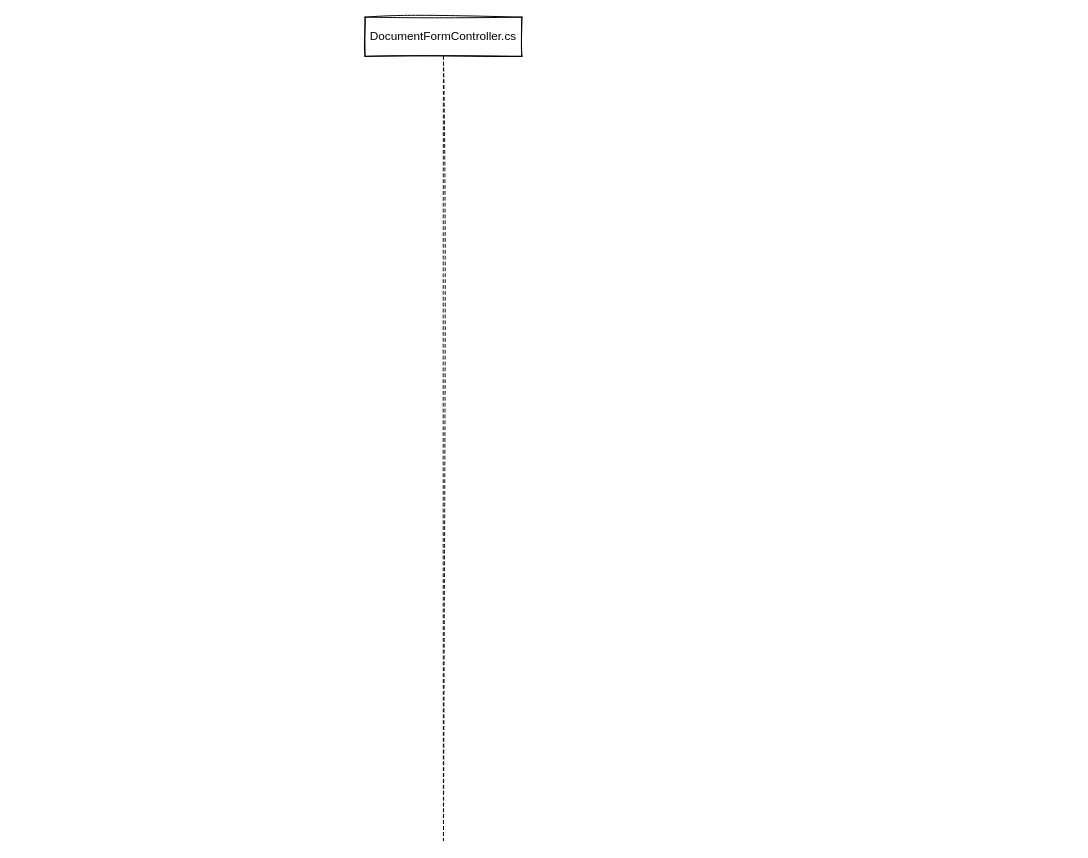
Above: portal/App_Code/CS_Code/Controllers/DocumentFormController.cs/GenerateReport().drawio in davyd0ff/so-line-grls (draw.io), before the change. Source tidied: cells renumbered, new cells numbered last; positions are measured from the earlier drawing's top-left corner, leaving out a move shared by most shapes. Both pictures are drawn from the tidied source at 98%, with x=0, y=0 at pixel (365, 17).
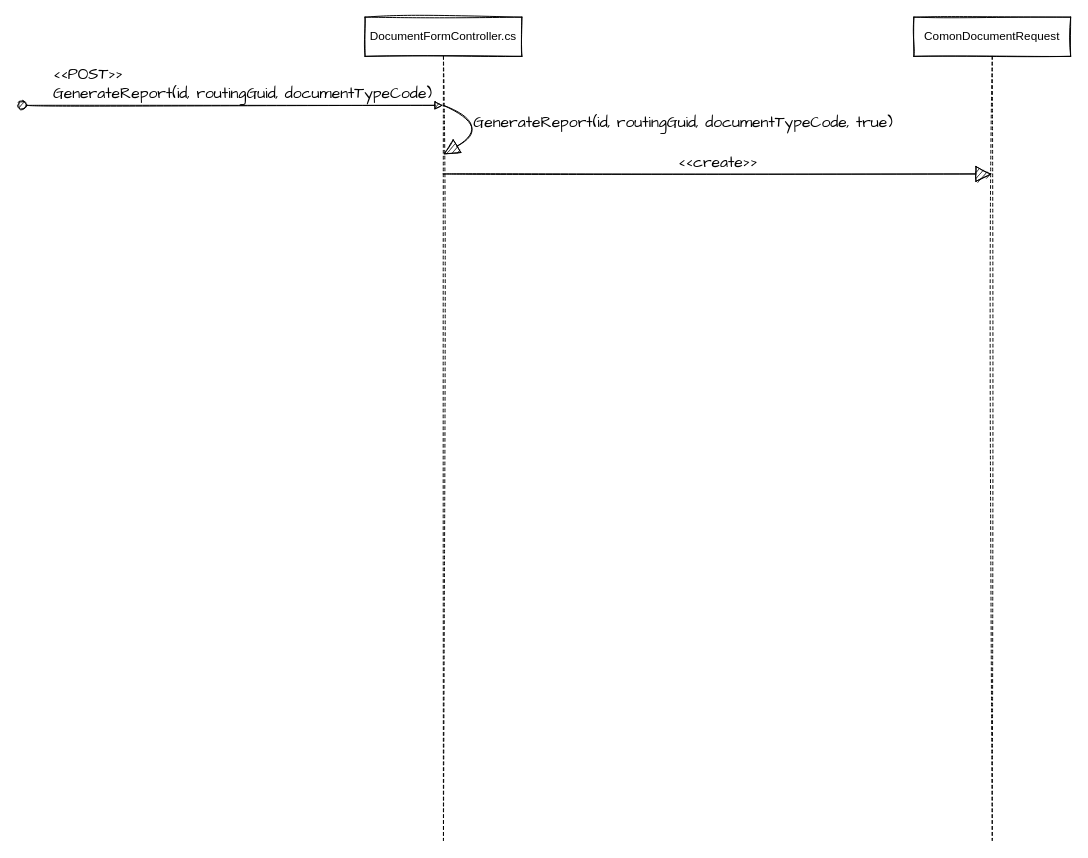
The same page after the edit.

What changed in the source:
```diff
@@
 <mxGraphModel>
   <root>
     <mxCell id="0" />
     <mxCell id="1" parent="0" />
     <mxCell id="2" value="DocumentFormController.cs" style="shape=umlLifeline;perimeter=lifelinePerimeter;whiteSpace=wrap;html=1;outlineConnect=0;sketch=1;" parent="1" vertex="1">
       <mxGeometry width="160" height="840" as="geometry" />
     </mxCell>
+    <mxCell id="3" value="&amp;lt;&amp;lt;POST&amp;gt;&amp;gt;&lt;br&gt;GenerateReport(id, routingGuid, documentTypeCode)" style="html=1;verticalAlign=bottom;startArrow=oval;startFill=1;endArrow=block;startSize=8;rounded=0;sketch=1;hachureGap=4;fontFamily=Architects Daughter;fontSize=16;sourcePerimeterSpacing=8;targetPerimeterSpacing=8;curved=1;align=left;labelPosition=right;verticalLabelPosition=top;" parent="2" edge="1" target="2">
+      <mxGeometry x="-0.86" relative="1" as="geometry">
+        <mxPoint x="-350" y="90" as="sourcePoint" />
+      </mxGeometry>
+    </mxCell>
+    <mxCell id="4" value="GenerateReport(id, routingGuid, documentTypeCode, true)" style="html=1;verticalAlign=bottom;endArrow=block;rounded=0;sketch=1;hachureGap=4;fontFamily=Architects Daughter;fontSize=16;startSize=14;endSize=14;sourcePerimeterSpacing=8;targetPerimeterSpacing=8;curved=1;align=left;" parent="2" edge="1" target="2">
+      <mxGeometry x="0.36" y="-2" relative="1" as="geometry">
+        <mxPoint x="80" y="90" as="sourcePoint" />
+        <Array as="points">
+          <mxPoint x="130" y="110" />
+          <mxPoint x="80" y="140" />
+        </Array>
+      </mxGeometry>
+    </mxCell>
+    <mxCell id="5" value="ComonDocumentRequest" style="shape=umlLifeline;perimeter=lifelinePerimeter;whiteSpace=wrap;html=1;sketch=1;" parent="1" vertex="1">
+      <mxGeometry x="560" width="160" height="840" as="geometry" />
+    </mxCell>
+    <mxCell id="6" value="&amp;lt;&amp;lt;create&amp;gt;&amp;gt;" style="html=1;verticalAlign=bottom;endArrow=block;rounded=0;sketch=1;hachureGap=4;fontFamily=Architects Daughter;fontSize=16;startSize=14;endSize=14;sourcePerimeterSpacing=8;targetPerimeterSpacing=8;curved=1;" parent="1" edge="1">
+      <mxGeometry relative="1" as="geometry">
+        <mxPoint x="79.5" y="160" as="sourcePoint" />
+        <mxPoint x="639.5" y="160" as="targetPoint" />
+      </mxGeometry>
+    </mxCell>
   </root>
 </mxGraphModel>
```
